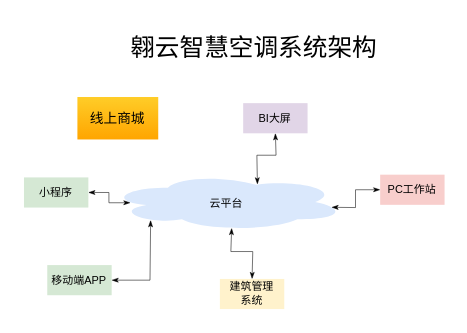
Above: 翱云系统架构.drawio in JohnNash23/test (draw.io), before the change. Source tidied: cells renumbered, new cells numbered last; positions are measured from the earlier drawing's top-left corner, leaving out a move shared by most shapes. Both pictures are drawn from the tidied source at 137%, with x=0, y=0 at pixel (23, 25).
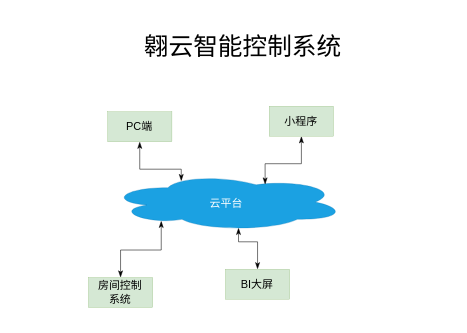
After the change.

Commit message:
删除线上商城.drawio

Change to the diagram source:
```diff
@@
-    <mxCell id="2" value="&lt;div&gt;&lt;font style=&quot;font-size: 8px&quot;&gt;云平台&lt;/font&gt;&lt;/div&gt;" style="ellipse;shape=cloud;whiteSpace=wrap;html=1;strokeWidth=0.2;fillColor=#dae8fc;strokeColor=none;" parent="1" vertex="1">
+    <mxCell id="2" value="&lt;div&gt;&lt;font style=&quot;font-size: 8px&quot;&gt;云平台&lt;/font&gt;&lt;/div&gt;" style="ellipse;shape=cloud;whiteSpace=wrap;html=1;strokeWidth=0.2;fillColor=#1ba1e2;strokeColor=#006EAF;fontColor=#ffffff;" parent="1" vertex="1">
       <mxGeometry x="62" y="108" width="172" height="42" as="geometry" />
     </mxCell>
+    <mxCell id="15" style="edgeStyle=orthogonalEdgeStyle;rounded=0;jettySize=auto;html=1;exitX=0.5;exitY=0;exitDx=0;exitDy=0;entryX=0.222;entryY=0.828;entryDx=0;entryDy=0;entryPerimeter=0;fontSize=8;endArrow=classicThin;startArrow=classicThin;startFill=1;endFill=1;strokeWidth=0.4;endSize=4;startSize=4;" parent="1" edge="1" source="3" target="2">
+      <mxGeometry relative="1" as="geometry" />
+    </mxCell>
-    <mxCell id="3" value="&lt;div&gt;建筑管理&lt;/div&gt;&lt;div&gt;系统&lt;/div&gt;" style="rounded=0;whiteSpace=wrap;html=1;strokeWidth=0.2;fontSize=8;fillColor=#fff2cc;strokeColor=none;" parent="1" vertex="1">
-      <mxGeometry x="143" y="185.1" width="47" height="22" as="geometry" />
+    <mxCell id="3" value="&lt;div&gt;房间控制&lt;br&gt;&lt;/div&gt;&lt;div&gt;系统&lt;/div&gt;" style="rounded=0;whiteSpace=wrap;html=1;strokeWidth=0.2;fontSize=8;fillColor=#d5e8d4;strokeColor=#82b366;" parent="1" vertex="1">
+      <mxGeometry x="47" y="184" width="47" height="22" as="geometry" />
     </mxCell>
+    <mxCell id="16" style="edgeStyle=orthogonalEdgeStyle;rounded=0;jettySize=auto;html=1;exitX=0.5;exitY=1;exitDx=0;exitDy=0;entryX=0.307;entryY=0.134;entryDx=0;entryDy=0;entryPerimeter=0;fontSize=8;endArrow=classicThin;startArrow=classicThin;startFill=1;endFill=1;strokeWidth=0.4;endSize=4;startSize=4;" parent="1" edge="1" source="4" target="2">
+      <mxGeometry relative="1" as="geometry" />
+    </mxCell>
-    <mxCell id="4" value="PC工作站" style="rounded=0;whiteSpace=wrap;html=1;strokeWidth=0.2;fontSize=8;fillColor=#f8cecc;strokeColor=none;" parent="1" vertex="1">
-      <mxGeometry x="260" y="109" width="47" height="22" as="geometry" />
+    <mxCell id="4" value="PC端" style="rounded=0;whiteSpace=wrap;html=1;strokeWidth=0.2;fontSize=8;fillColor=#d5e8d4;strokeColor=#82b366;" parent="1" vertex="1">
+      <mxGeometry x="61" y="63" width="47" height="22" as="geometry" />
     </mxCell>
-    <mxCell id="5" value="BI大屏" style="rounded=0;whiteSpace=wrap;html=1;strokeWidth=0.2;fontSize=8;fillColor=#e1d5e7;strokeColor=none;" parent="1" vertex="1">
-      <mxGeometry x="160" y="56.8" width="47" height="22" as="geometry" />
-    </mxCell>
-    <mxCell id="6" value="&lt;div&gt;&lt;font style=&quot;font-size: 18px&quot;&gt;翱云智慧空调系统架构&lt;/font&gt;&lt;/div&gt;" style="text;whiteSpace=wrap;html=1;" parent="1" vertex="1">
-      <mxGeometry x="76" width="204" height="20" as="geometry" />
+    <mxCell id="6" value="&lt;div&gt;&lt;font style=&quot;font-size: 18px&quot;&gt;翱云智能控制系统&lt;/font&gt;&lt;/div&gt;" style="text;whiteSpace=wrap;html=1;" parent="1" vertex="1">
+      <mxGeometry x="86" y="-1" width="204" height="20" as="geometry" />
     </mxCell>
-    <mxCell id="7" style="endArrow=classicThin;html=1;rounded=0;fontSize=8;exitX=1;exitY=0.5;exitDx=0;exitDy=0;entryX=0.177;entryY=0.816;entryDx=0;entryDy=0;entryPerimeter=0;startArrow=classicThin;startFill=1;endFill=1;strokeWidth=0.4;endSize=4;startSize=4;" parent="1" edge="1" source="11" target="2">
-      <mxGeometry relative="1" as="geometry">
-        <Array as="points">
-          <mxPoint x="92" y="186" />
-        </Array>
-      </mxGeometry>
-    </mxCell>
-    <mxCell id="8" style="endArrow=classicThin;html=1;rounded=0;fontSize=8;exitX=0.5;exitY=0;exitDx=0;exitDy=0;entryX=0.666;entryY=0.925;entryDx=0;entryDy=0;entryPerimeter=0;startArrow=classicThin;startFill=1;endFill=1;strokeWidth=0.4;endSize=4;startSize=4;" parent="1" edge="1" source="3">
-      <mxGeometry relative="1" as="geometry">
-        <mxPoint x="151.6" y="148" as="targetPoint" />
-        <Array as="points">
-          <mxPoint x="167" y="165.1" />
-          <mxPoint x="151" y="165.1" />
-        </Array>
-      </mxGeometry>
-    </mxCell>
-    <mxCell id="9" style="endArrow=classicThin;html=1;rounded=0;fontSize=8;exitX=0.945;exitY=0.591;exitDx=0;exitDy=0;entryX=0;entryY=0.5;entryDx=0;entryDy=0;startArrow=classicThin;startFill=1;endFill=1;strokeWidth=0.4;endSize=4;startSize=4;exitPerimeter=0;" parent="1" edge="1" source="2" target="4">
-      <mxGeometry relative="1" as="geometry">
-        <Array as="points">
-          <mxPoint x="242" y="133" />
-          <mxPoint x="242" y="120" />
-        </Array>
-      </mxGeometry>
-    </mxCell>
-    <mxCell id="10" style="endArrow=classicThin;html=1;rounded=0;fontSize=8;exitX=0.723;exitY=0.171;exitDx=0;exitDy=0;entryX=0.5;entryY=1;entryDx=0;entryDy=0;startArrow=classicThin;startFill=1;endFill=1;strokeWidth=0.4;endSize=4;startSize=4;exitPerimeter=0;" parent="1" edge="1" target="5">
-      <mxGeometry relative="1" as="geometry">
-        <mxPoint x="170.4" y="116" as="sourcePoint" />
-        <Array as="points">
-          <mxPoint x="170" y="94.8" />
-          <mxPoint x="184" y="94.8" />
-        </Array>
-      </mxGeometry>
-    </mxCell>
-    <mxCell id="11" value="移动端APP" style="rounded=0;whiteSpace=wrap;html=1;strokeWidth=0.2;fontSize=8;fillColor=#d5e8d4;strokeColor=none;" parent="1" vertex="1">
-      <mxGeometry x="17" y="175" width="47" height="22" as="geometry" />
-    </mxCell>
-    <mxCell id="12" style="edgeStyle=orthogonalEdgeStyle;rounded=0;jettySize=auto;html=1;exitX=1;exitY=0.5;exitDx=0;exitDy=0;entryX=0.091;entryY=0.512;entryDx=0;entryDy=0;entryPerimeter=0;fontSize=8;endArrow=classicThin;startArrow=classicThin;startFill=1;endFill=1;strokeWidth=0.4;endSize=4;startSize=4;" parent="1" edge="1" source="13" target="2">
-      <mxGeometry relative="1" as="geometry">
-        <Array as="points">
-          <mxPoint x="62" y="122" />
-          <mxPoint x="62" y="130" />
-        </Array>
-      </mxGeometry>
+    <mxCell id="12" style="edgeStyle=orthogonalEdgeStyle;rounded=0;jettySize=auto;html=1;exitX=0.5;exitY=1;exitDx=0;exitDy=0;entryX=0.663;entryY=0.193;entryDx=0;entryDy=0;entryPerimeter=0;fontSize=8;endArrow=classicThin;startArrow=classicThin;startFill=1;endFill=1;strokeWidth=0.4;endSize=4;startSize=4;" parent="1" edge="1" source="13" target="2">
+      <mxGeometry relative="1" as="geometry" />
     </mxCell>
-    <mxCell id="13" value="小程序" style="rounded=0;whiteSpace=wrap;html=1;strokeWidth=0.2;fontSize=8;fillColor=#d5e8d4;strokeColor=none;" parent="1" vertex="1">
-      <mxGeometry y="111" width="47" height="22" as="geometry" />
+    <mxCell id="13" value="小程序" style="rounded=0;whiteSpace=wrap;html=1;strokeWidth=0.2;fontSize=8;fillColor=#d5e8d4;strokeColor=#82b366;" parent="1" vertex="1">
+      <mxGeometry x="179" y="59" width="47" height="22" as="geometry" />
     </mxCell>
-    <mxCell id="14" value="&lt;font style=&quot;font-size: 10px&quot;&gt;线上商城&lt;/font&gt;" style="rounded=0;whiteSpace=wrap;html=1;strokeWidth=0.2;fontSize=8;fillColor=#ffcd28;strokeColor=none;gradientColor=#ffa500;" parent="1" vertex="1">
-      <mxGeometry x="39" y="52.3" width="59" height="31" as="geometry" />
-    </mxCell>
+    <mxCell id="17" style="edgeStyle=orthogonalEdgeStyle;rounded=0;jettySize=auto;html=1;entryX=0.55;entryY=0.95;entryDx=0;entryDy=0;entryPerimeter=0;fontSize=8;endArrow=classicThin;startArrow=classicThin;startFill=1;endFill=1;strokeWidth=0.4;endSize=4;startSize=4;" parent="1" edge="1" source="5" target="2">
+      <mxGeometry relative="1" as="geometry" />
+    </mxCell>
+    <mxCell id="5" value="BI大屏" style="rounded=0;whiteSpace=wrap;html=1;strokeWidth=0.2;fontSize=8;fillColor=#d5e8d4;strokeColor=#82b366;" parent="1" vertex="1">
+      <mxGeometry x="147" y="178" width="47" height="22" as="geometry" />
+    </mxCell>
```
